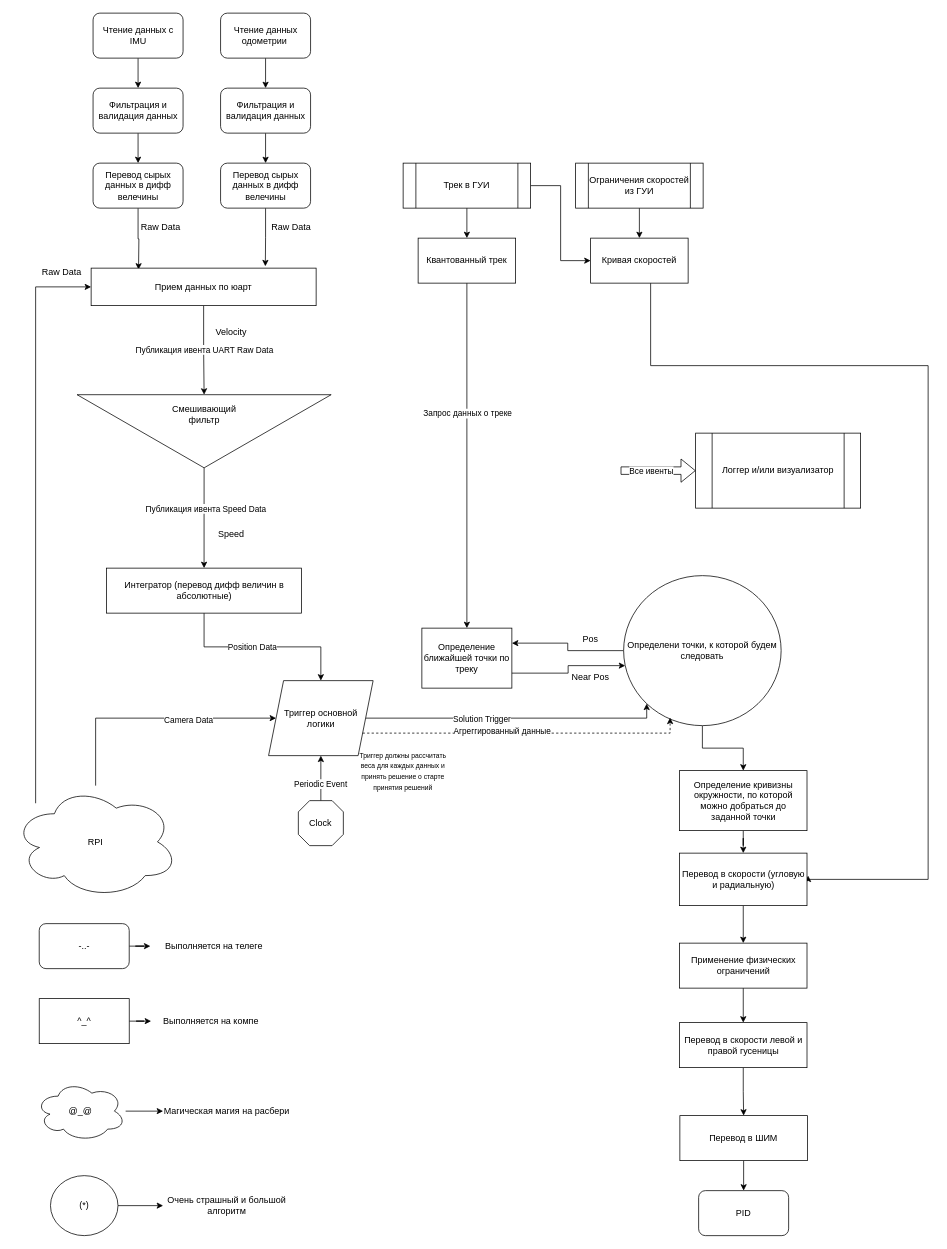
SmirnovAleksandrS/Telega_controller keeps this draw.io diagram as docs/Autopilot.drawio. Above is the earlier version. Source tidied: cells renumbered, new cells numbered last; positions are measured from the earlier drawing's top-left corner, leaving out a move shared by most shapes. Both pictures are drawn from the tidied source at 75%, with x=0, y=0 at pixel (13, 13).
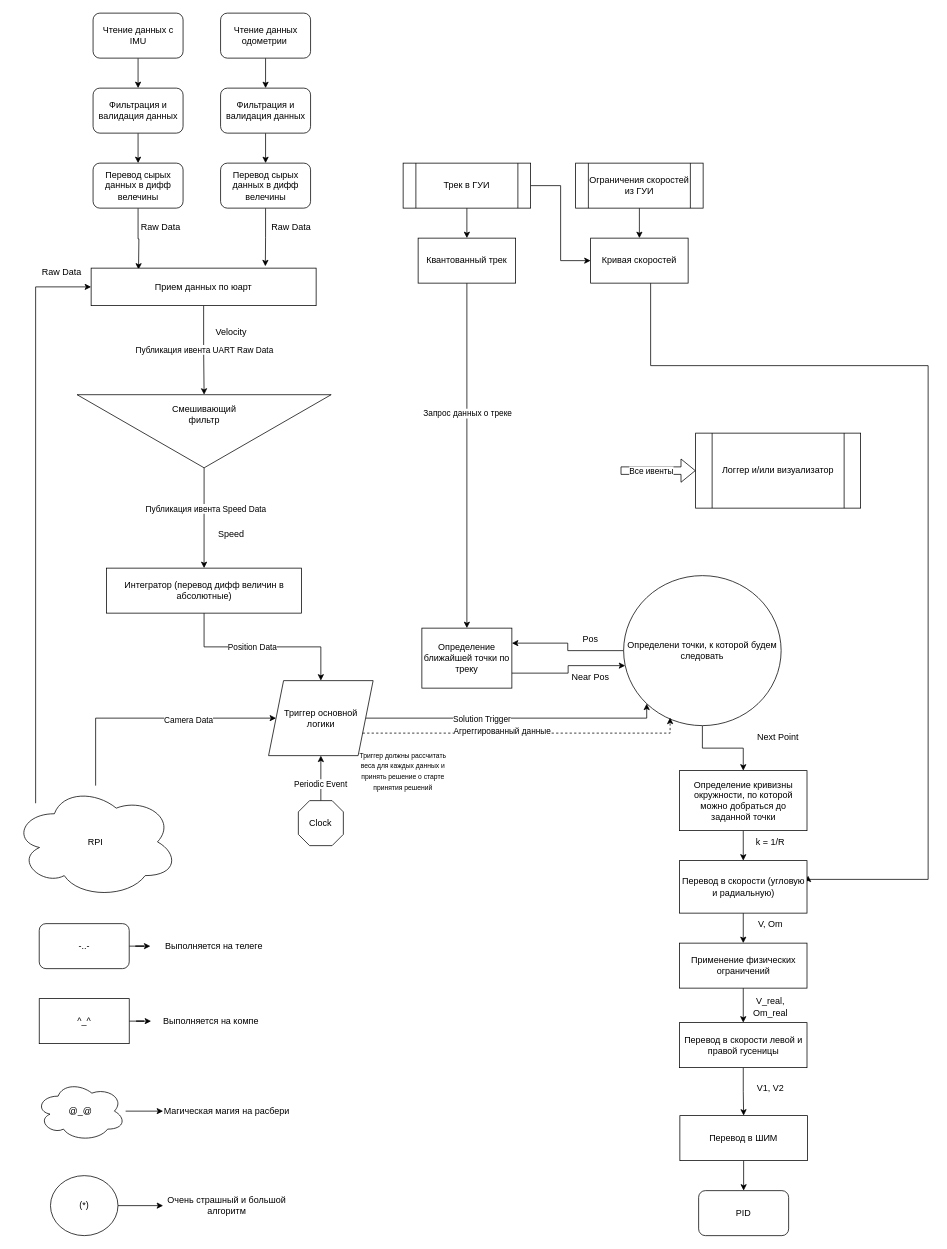
Above is the later version.

Diff of the diagram source:
```diff
@@
     <mxCell id="41" value="Перевод в скорости (угловую и радиальную)" style="rounded=0;whiteSpace=wrap;html=1;" parent="1" vertex="1">
-      <mxGeometry x="888.5" y="1120" width="170" height="70" as="geometry" />
+      <mxGeometry x="888.5" y="1130" width="170" height="70" as="geometry" />
     </mxCell>
@@
+    <mxCell id="86" value="&lt;div&gt;Next Point&lt;/div&gt;" style="text;html=1;whiteSpace=wrap;strokeColor=none;fillColor=none;align=center;verticalAlign=middle;rounded=0;" parent="1" vertex="1">
+      <mxGeometry x="990" y="950" width="60" height="30" as="geometry" />
+    </mxCell>
+    <mxCell id="87" value="k = 1/R" style="text;html=1;whiteSpace=wrap;strokeColor=none;fillColor=none;align=center;verticalAlign=middle;rounded=0;" parent="1" vertex="1">
+      <mxGeometry x="980" y="1090" width="60" height="30" as="geometry" />
+    </mxCell>
+    <mxCell id="88" value="V, Om" style="text;html=1;whiteSpace=wrap;strokeColor=none;fillColor=none;align=center;verticalAlign=middle;rounded=0;" parent="1" vertex="1">
+      <mxGeometry x="980" y="1200" width="60" height="30" as="geometry" />
+    </mxCell>
+    <mxCell id="89" value="V_real, Om_real" style="text;html=1;whiteSpace=wrap;strokeColor=none;fillColor=none;align=center;verticalAlign=middle;rounded=0;" parent="1" vertex="1">
+      <mxGeometry x="980" y="1310" width="60" height="30" as="geometry" />
+    </mxCell>
+    <mxCell id="90" value="V1, V2" style="text;html=1;whiteSpace=wrap;strokeColor=none;fillColor=none;align=center;verticalAlign=middle;rounded=0;" parent="1" vertex="1">
+      <mxGeometry x="980" y="1419" width="60" height="30" as="geometry" />
+    </mxCell>
```
